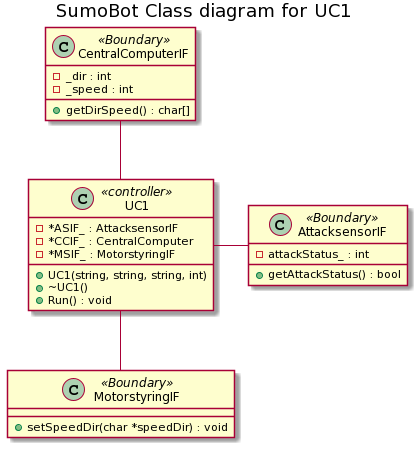
Solvgraa-mager/E3PRJ3 keeps this PlantUML diagram as Diagrammer/SumoBot/Classdiagram/SumoBot_ClassDiagram/SumoBot Class diagram for UC1.png. Above is the earlier version.
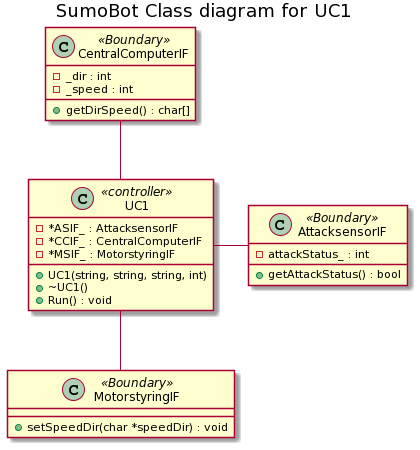
The same diagram one commit later.

Commit message:
Even more class diagram updates

The edit, as a diff of the source:
```diff
@@ -4,7 +4,7 @@
 
 class UC1 <<controller>>{
     -*ASIF_ : AttacksensorIF
-    -*CCIF_ : CentralComputer
+    -*CCIF_ : CentralComputerIF
     -*MSIF_ : MotorstyringIF
     +UC1(string, string, string, int)
     +~UC1()
```
